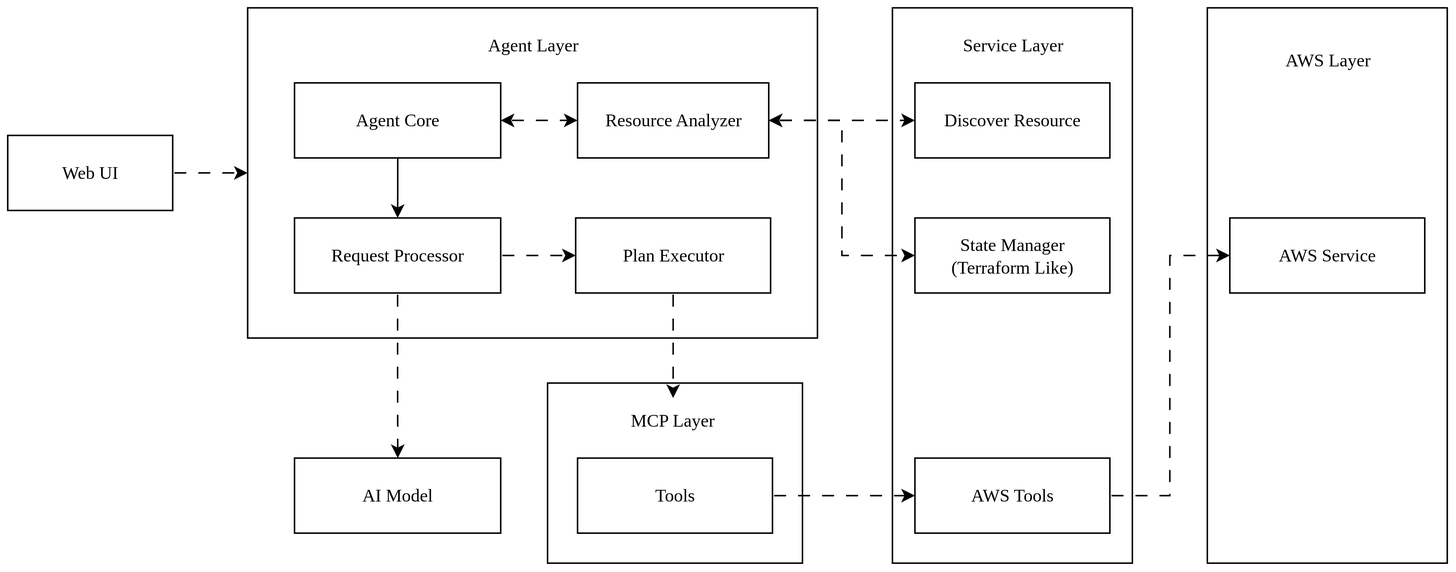
The draw.io diagram docs/images/core-components.svg in VersusControl/ai-infrastructure-agent, before a commit. Source tidied: cells renumbered, new cells last; positions are measured from the earlier drawing's top-left corner, leaving out a move shared by most shapes. Its diagram source:
```xml
<mxGraphModel>
  <root>
    <mxCell id="0" />
    <mxCell id="1" parent="0" />
    <mxCell id="2" style="rounded=0;whiteSpace=wrap;html=1;labelBackgroundColor=none;" parent="1" vertex="1">
      <mxGeometry x="800" width="160" height="370" as="geometry" />
    </mxCell>
    <mxCell id="3" style="rounded=0;whiteSpace=wrap;html=1;labelBackgroundColor=none;" parent="1" vertex="1">
      <mxGeometry x="590" width="160" height="370" as="geometry" />
    </mxCell>
    <mxCell id="4" style="rounded=0;whiteSpace=wrap;html=1;fontFamily=Comic Sans MS;labelBackgroundColor=none;" parent="1" vertex="1">
      <mxGeometry x="360" y="250" width="170" height="120" as="geometry" />
    </mxCell>
    <mxCell id="5" style="edgeStyle=orthogonalEdgeStyle;rounded=0;jettySize=auto;html=1;entryX=0;entryY=0.5;entryDx=0;entryDy=0;fontColor=default;flowAnimation=1;labelBackgroundColor=none;" parent="1" edge="1" source="6" target="7">
      <mxGeometry relative="1" as="geometry" />
    </mxCell>
    <mxCell id="6" value="Web UI" style="rounded=0;whiteSpace=wrap;html=1;fontFamily=Comic Sans MS;labelBackgroundColor=none;" parent="1" vertex="1">
      <mxGeometry y="85" width="110" height="50" as="geometry" />
    </mxCell>
    <mxCell id="7" style="rounded=0;whiteSpace=wrap;html=1;labelBackgroundColor=none;" parent="1" vertex="1">
      <mxGeometry x="160" width="380" height="220" as="geometry" />
    </mxCell>
    <mxCell id="8" value="Agent Layer" style="text;html=1;align=center;verticalAlign=middle;whiteSpace=wrap;rounded=0;fontFamily=Comic Sans MS;labelBackgroundColor=none;" parent="1" vertex="1">
      <mxGeometry x="307.5" y="10" width="85" height="30" as="geometry" />
    </mxCell>
    <mxCell id="9" style="edgeStyle=orthogonalEdgeStyle;rounded=0;jettySize=auto;html=1;entryX=0.5;entryY=0;entryDx=0;entryDy=0;labelBackgroundColor=none;fontColor=default;" parent="1" edge="1" source="11" target="14">
      <mxGeometry relative="1" as="geometry" />
    </mxCell>
    <mxCell id="10" style="edgeStyle=orthogonalEdgeStyle;rounded=0;jettySize=auto;html=1;startArrow=classic;startFill=1;flowAnimation=1;labelBackgroundColor=none;fontColor=default;" parent="1" edge="1" source="11" target="19">
      <mxGeometry relative="1" as="geometry" />
    </mxCell>
    <mxCell id="11" value="Agent Core" style="rounded=0;whiteSpace=wrap;html=1;fontFamily=Comic Sans MS;labelBackgroundColor=none;" parent="1" vertex="1">
      <mxGeometry x="191.2" y="50" width="137.5" height="50" as="geometry" />
    </mxCell>
    <mxCell id="12" style="edgeStyle=orthogonalEdgeStyle;rounded=0;jettySize=auto;html=1;flowAnimation=1;labelBackgroundColor=none;fontColor=default;" parent="1" edge="1" source="14" target="16">
      <mxGeometry relative="1" as="geometry" />
    </mxCell>
    <mxCell id="13" style="edgeStyle=orthogonalEdgeStyle;rounded=0;jettySize=auto;html=1;exitX=0.5;exitY=1;exitDx=0;exitDy=0;flowAnimation=1;labelBackgroundColor=none;fontColor=default;" parent="1" edge="1" source="14" target="20">
      <mxGeometry relative="1" as="geometry" />
    </mxCell>
    <mxCell id="14" value="Request Processor" style="rounded=0;whiteSpace=wrap;html=1;fontFamily=Comic Sans MS;labelBackgroundColor=none;" parent="1" vertex="1">
      <mxGeometry x="191.2" y="140" width="137.5" height="50" as="geometry" />
    </mxCell>
    <mxCell id="15" style="edgeStyle=orthogonalEdgeStyle;rounded=0;jettySize=auto;html=1;flowAnimation=1;labelBackgroundColor=none;fontColor=default;" parent="1" edge="1" source="16" target="23">
      <mxGeometry relative="1" as="geometry" />
    </mxCell>
    <mxCell id="16" value="Plan Executor" style="rounded=0;whiteSpace=wrap;html=1;fontFamily=Comic Sans MS;labelBackgroundColor=none;" parent="1" vertex="1">
      <mxGeometry x="378.8" y="140" width="130" height="50" as="geometry" />
    </mxCell>
    <mxCell id="17" style="edgeStyle=orthogonalEdgeStyle;rounded=0;jettySize=auto;html=1;entryX=0;entryY=0.5;entryDx=0;entryDy=0;startArrow=classic;startFill=1;flowAnimation=1;labelBackgroundColor=none;fontColor=default;" parent="1" edge="1" source="19" target="25">
      <mxGeometry relative="1" as="geometry" />
    </mxCell>
    <mxCell id="18" style="edgeStyle=orthogonalEdgeStyle;rounded=0;jettySize=auto;html=1;entryX=0;entryY=0.5;entryDx=0;entryDy=0;startArrow=classic;startFill=1;flowAnimation=1;labelBackgroundColor=none;fontColor=default;" parent="1" edge="1" source="19" target="26">
      <mxGeometry relative="1" as="geometry" />
    </mxCell>
    <mxCell id="19" value="Resource Analyzer" style="rounded=0;whiteSpace=wrap;html=1;fontFamily=Comic Sans MS;labelBackgroundColor=none;" parent="1" vertex="1">
      <mxGeometry x="380" y="50" width="127.5" height="50" as="geometry" />
    </mxCell>
    <mxCell id="20" value="AI Model" style="rounded=0;whiteSpace=wrap;html=1;fontFamily=Comic Sans MS;labelBackgroundColor=none;" parent="1" vertex="1">
      <mxGeometry x="191.2" y="300" width="137.5" height="50" as="geometry" />
    </mxCell>
    <mxCell id="21" style="edgeStyle=orthogonalEdgeStyle;rounded=0;jettySize=auto;html=1;exitX=1;exitY=0.5;exitDx=0;exitDy=0;entryX=0;entryY=0.5;entryDx=0;entryDy=0;flowAnimation=1;labelBackgroundColor=none;fontColor=default;" parent="1" edge="1" source="22" target="28">
      <mxGeometry relative="1" as="geometry" />
    </mxCell>
    <mxCell id="22" value="Tools" style="rounded=0;whiteSpace=wrap;html=1;fontFamily=Comic Sans MS;labelBackgroundColor=none;" parent="1" vertex="1">
      <mxGeometry x="380" y="300" width="130" height="50" as="geometry" />
    </mxCell>
    <mxCell id="23" value="MCP Layer" style="text;html=1;align=center;verticalAlign=middle;whiteSpace=wrap;rounded=0;fontFamily=Comic Sans MS;labelBackgroundColor=none;" parent="1" vertex="1">
      <mxGeometry x="401.2" y="260" width="85" height="30" as="geometry" />
    </mxCell>
    <mxCell id="24" value="Service Layer" style="text;html=1;align=center;verticalAlign=middle;whiteSpace=wrap;rounded=0;fontFamily=Comic Sans MS;labelBackgroundColor=none;" parent="1" vertex="1">
      <mxGeometry x="617.5" y="10" width="105" height="30" as="geometry" />
    </mxCell>
    <mxCell id="25" value="Discover Resource" style="rounded=0;whiteSpace=wrap;html=1;fontFamily=Comic Sans MS;labelBackgroundColor=none;" parent="1" vertex="1">
      <mxGeometry x="605" y="50" width="130" height="50" as="geometry" />
    </mxCell>
    <mxCell id="26" value="State Manager&lt;div&gt;(Terraform Like)&lt;/div&gt;" style="rounded=0;whiteSpace=wrap;html=1;fontFamily=Comic Sans MS;labelBackgroundColor=none;" parent="1" vertex="1">
      <mxGeometry x="605" y="140" width="130" height="50" as="geometry" />
    </mxCell>
    <mxCell id="27" style="edgeStyle=orthogonalEdgeStyle;rounded=0;jettySize=auto;html=1;entryX=0;entryY=0.5;entryDx=0;entryDy=0;flowAnimation=1;labelBackgroundColor=none;fontColor=default;" parent="1" edge="1" source="28" target="30">
      <mxGeometry relative="1" as="geometry" />
    </mxCell>
    <mxCell id="28" value="AWS Tools" style="rounded=0;whiteSpace=wrap;html=1;fontFamily=Comic Sans MS;labelBackgroundColor=none;" parent="1" vertex="1">
      <mxGeometry x="605" y="300" width="130" height="50" as="geometry" />
    </mxCell>
    <mxCell id="29" value="AWS Layer" style="text;html=1;align=center;verticalAlign=middle;whiteSpace=wrap;rounded=0;fontFamily=Comic Sans MS;labelBackgroundColor=none;" parent="1" vertex="1">
      <mxGeometry x="827.5" y="20" width="105" height="30" as="geometry" />
    </mxCell>
    <mxCell id="30" value="AWS Service" style="rounded=0;whiteSpace=wrap;html=1;fontFamily=Comic Sans MS;labelBackgroundColor=none;" parent="1" vertex="1">
      <mxGeometry x="815" y="140" width="130" height="50" as="geometry" />
    </mxCell>
  </root>
</mxGraphModel>
```
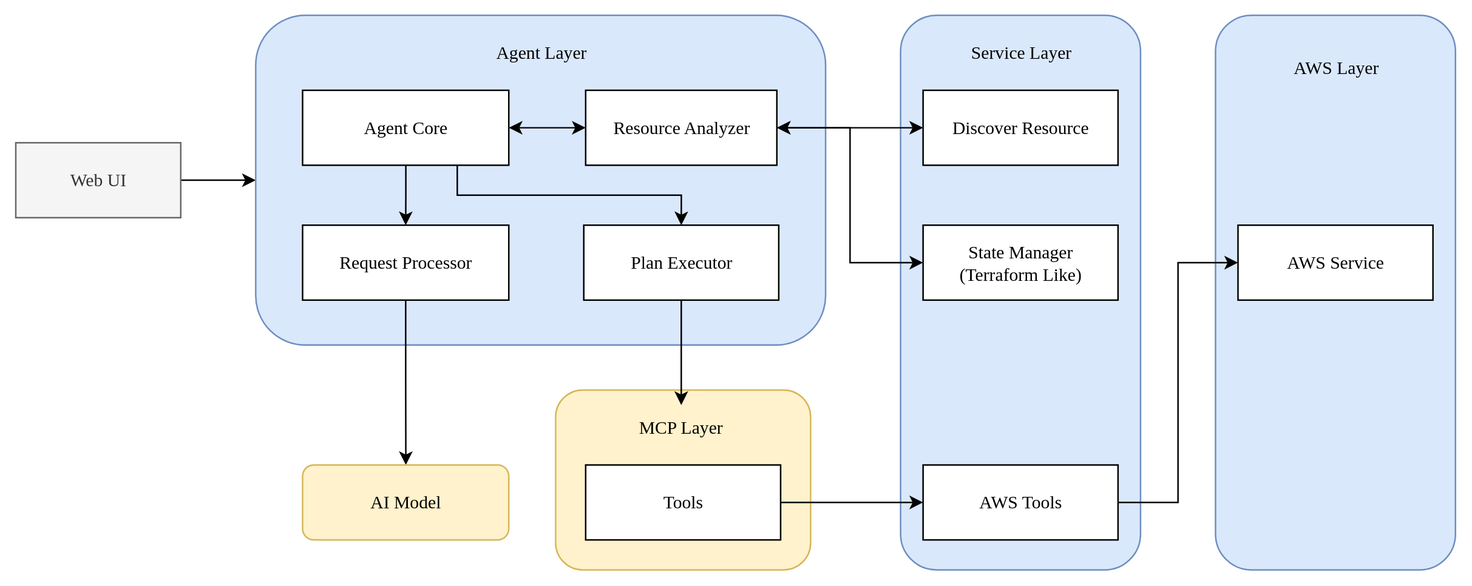
The same file after the commit.

Commit message:
(docs): update core components svg

Change to the diagram source:
```diff
@@ -2,22 +2,22 @@
   <root>
     <mxCell id="0" />
     <mxCell id="1" parent="0" />
-    <mxCell id="2" style="rounded=0;whiteSpace=wrap;html=1;labelBackgroundColor=none;" parent="1" vertex="1">
+    <mxCell id="2" style="rounded=1;whiteSpace=wrap;html=1;labelBackgroundColor=none;fillColor=#dae8fc;strokeColor=#6c8ebf;" parent="1" vertex="1">
       <mxGeometry x="800" width="160" height="370" as="geometry" />
     </mxCell>
-    <mxCell id="3" style="rounded=0;whiteSpace=wrap;html=1;labelBackgroundColor=none;" parent="1" vertex="1">
+    <mxCell id="3" style="rounded=1;whiteSpace=wrap;html=1;labelBackgroundColor=none;fillColor=#dae8fc;strokeColor=#6c8ebf;" parent="1" vertex="1">
       <mxGeometry x="590" width="160" height="370" as="geometry" />
     </mxCell>
-    <mxCell id="4" style="rounded=0;whiteSpace=wrap;html=1;fontFamily=Comic Sans MS;labelBackgroundColor=none;" parent="1" vertex="1">
+    <mxCell id="4" style="rounded=1;whiteSpace=wrap;html=1;fontFamily=Comic Sans MS;labelBackgroundColor=none;fillColor=#fff2cc;strokeColor=#d6b656;" parent="1" vertex="1">
       <mxGeometry x="360" y="250" width="170" height="120" as="geometry" />
     </mxCell>
-    <mxCell id="5" style="edgeStyle=orthogonalEdgeStyle;rounded=0;jettySize=auto;html=1;entryX=0;entryY=0.5;entryDx=0;entryDy=0;fontColor=default;flowAnimation=1;labelBackgroundColor=none;" parent="1" edge="1" source="6" target="7">
+    <mxCell id="5" style="edgeStyle=orthogonalEdgeStyle;rounded=0;jettySize=auto;html=1;entryX=0;entryY=0.5;entryDx=0;entryDy=0;fontColor=default;flowAnimation=0;labelBackgroundColor=none;" parent="1" edge="1" source="6" target="7">
       <mxGeometry relative="1" as="geometry" />
     </mxCell>
-    <mxCell id="6" value="Web UI" style="rounded=0;whiteSpace=wrap;html=1;fontFamily=Comic Sans MS;labelBackgroundColor=none;" parent="1" vertex="1">
+    <mxCell id="6" value="Web UI" style="rounded=0;whiteSpace=wrap;html=1;fontFamily=Comic Sans MS;labelBackgroundColor=none;fillColor=#f5f5f5;fontColor=#333333;strokeColor=#666666;" parent="1" vertex="1">
       <mxGeometry y="85" width="110" height="50" as="geometry" />
     </mxCell>
-    <mxCell id="7" style="rounded=0;whiteSpace=wrap;html=1;labelBackgroundColor=none;" parent="1" vertex="1">
+    <mxCell id="7" style="rounded=1;whiteSpace=wrap;html=1;labelBackgroundColor=none;fillColor=#dae8fc;strokeColor=#6c8ebf;" parent="1" vertex="1">
       <mxGeometry x="160" width="380" height="220" as="geometry" />
     </mxCell>
     <mxCell id="8" value="Agent Layer" style="text;html=1;align=center;verticalAlign=middle;whiteSpace=wrap;rounded=0;fontFamily=Comic Sans MS;labelBackgroundColor=none;" parent="1" vertex="1">
@@ -26,40 +26,40 @@
     <mxCell id="9" style="edgeStyle=orthogonalEdgeStyle;rounded=0;jettySize=auto;html=1;entryX=0.5;entryY=0;entryDx=0;entryDy=0;labelBackgroundColor=none;fontColor=default;" parent="1" edge="1" source="11" target="14">
       <mxGeometry relative="1" as="geometry" />
     </mxCell>
-    <mxCell id="10" style="edgeStyle=orthogonalEdgeStyle;rounded=0;jettySize=auto;html=1;startArrow=classic;startFill=1;flowAnimation=1;labelBackgroundColor=none;fontColor=default;" parent="1" edge="1" source="11" target="19">
+    <mxCell id="10" style="edgeStyle=orthogonalEdgeStyle;rounded=0;jettySize=auto;html=1;startArrow=classic;startFill=1;flowAnimation=0;labelBackgroundColor=none;fontColor=default;" parent="1" edge="1" source="11" target="19">
       <mxGeometry relative="1" as="geometry" />
     </mxCell>
+    <mxCell id="31" style="edgeStyle=orthogonalEdgeStyle;rounded=0;jettySize=auto;html=1;exitX=0.75;exitY=1;exitDx=0;exitDy=0;entryX=0.5;entryY=0;entryDx=0;entryDy=0;" parent="1" edge="1" source="11" target="16">
+      <mxGeometry relative="1" as="geometry" />
+    </mxCell>
     <mxCell id="11" value="Agent Core" style="rounded=0;whiteSpace=wrap;html=1;fontFamily=Comic Sans MS;labelBackgroundColor=none;" parent="1" vertex="1">
       <mxGeometry x="191.2" y="50" width="137.5" height="50" as="geometry" />
     </mxCell>
-    <mxCell id="12" style="edgeStyle=orthogonalEdgeStyle;rounded=0;jettySize=auto;html=1;flowAnimation=1;labelBackgroundColor=none;fontColor=default;" parent="1" edge="1" source="14" target="16">
-      <mxGeometry relative="1" as="geometry" />
-    </mxCell>
-    <mxCell id="13" style="edgeStyle=orthogonalEdgeStyle;rounded=0;jettySize=auto;html=1;exitX=0.5;exitY=1;exitDx=0;exitDy=0;flowAnimation=1;labelBackgroundColor=none;fontColor=default;" parent="1" edge="1" source="14" target="20">
+    <mxCell id="13" style="edgeStyle=orthogonalEdgeStyle;rounded=0;jettySize=auto;html=1;exitX=0.5;exitY=1;exitDx=0;exitDy=0;flowAnimation=0;labelBackgroundColor=none;fontColor=default;" parent="1" edge="1" source="14" target="20">
       <mxGeometry relative="1" as="geometry" />
     </mxCell>
     <mxCell id="14" value="Request Processor" style="rounded=0;whiteSpace=wrap;html=1;fontFamily=Comic Sans MS;labelBackgroundColor=none;" parent="1" vertex="1">
       <mxGeometry x="191.2" y="140" width="137.5" height="50" as="geometry" />
     </mxCell>
-    <mxCell id="15" style="edgeStyle=orthogonalEdgeStyle;rounded=0;jettySize=auto;html=1;flowAnimation=1;labelBackgroundColor=none;fontColor=default;" parent="1" edge="1" source="16" target="23">
+    <mxCell id="15" style="edgeStyle=orthogonalEdgeStyle;rounded=0;jettySize=auto;html=1;flowAnimation=0;labelBackgroundColor=none;fontColor=default;" parent="1" edge="1" source="16" target="23">
       <mxGeometry relative="1" as="geometry" />
     </mxCell>
     <mxCell id="16" value="Plan Executor" style="rounded=0;whiteSpace=wrap;html=1;fontFamily=Comic Sans MS;labelBackgroundColor=none;" parent="1" vertex="1">
       <mxGeometry x="378.8" y="140" width="130" height="50" as="geometry" />
     </mxCell>
-    <mxCell id="17" style="edgeStyle=orthogonalEdgeStyle;rounded=0;jettySize=auto;html=1;entryX=0;entryY=0.5;entryDx=0;entryDy=0;startArrow=classic;startFill=1;flowAnimation=1;labelBackgroundColor=none;fontColor=default;" parent="1" edge="1" source="19" target="25">
+    <mxCell id="17" style="edgeStyle=orthogonalEdgeStyle;rounded=0;jettySize=auto;html=1;entryX=0;entryY=0.5;entryDx=0;entryDy=0;startArrow=classic;startFill=1;flowAnimation=0;labelBackgroundColor=none;fontColor=default;" parent="1" edge="1" source="19" target="25">
       <mxGeometry relative="1" as="geometry" />
     </mxCell>
-    <mxCell id="18" style="edgeStyle=orthogonalEdgeStyle;rounded=0;jettySize=auto;html=1;entryX=0;entryY=0.5;entryDx=0;entryDy=0;startArrow=classic;startFill=1;flowAnimation=1;labelBackgroundColor=none;fontColor=default;" parent="1" edge="1" source="19" target="26">
+    <mxCell id="18" style="edgeStyle=orthogonalEdgeStyle;rounded=0;jettySize=auto;html=1;entryX=0;entryY=0.5;entryDx=0;entryDy=0;startArrow=classic;startFill=1;flowAnimation=0;labelBackgroundColor=none;fontColor=default;" parent="1" edge="1" source="19" target="26">
       <mxGeometry relative="1" as="geometry" />
     </mxCell>
     <mxCell id="19" value="Resource Analyzer" style="rounded=0;whiteSpace=wrap;html=1;fontFamily=Comic Sans MS;labelBackgroundColor=none;" parent="1" vertex="1">
       <mxGeometry x="380" y="50" width="127.5" height="50" as="geometry" />
     </mxCell>
-    <mxCell id="20" value="AI Model" style="rounded=0;whiteSpace=wrap;html=1;fontFamily=Comic Sans MS;labelBackgroundColor=none;" parent="1" vertex="1">
+    <mxCell id="20" value="AI Model" style="rounded=1;whiteSpace=wrap;html=1;fontFamily=Comic Sans MS;labelBackgroundColor=none;fillColor=#fff2cc;strokeColor=#d6b656;" parent="1" vertex="1">
       <mxGeometry x="191.2" y="300" width="137.5" height="50" as="geometry" />
     </mxCell>
-    <mxCell id="21" style="edgeStyle=orthogonalEdgeStyle;rounded=0;jettySize=auto;html=1;exitX=1;exitY=0.5;exitDx=0;exitDy=0;entryX=0;entryY=0.5;entryDx=0;entryDy=0;flowAnimation=1;labelBackgroundColor=none;fontColor=default;" parent="1" edge="1" source="22" target="28">
+    <mxCell id="21" style="edgeStyle=orthogonalEdgeStyle;rounded=0;jettySize=auto;html=1;exitX=1;exitY=0.5;exitDx=0;exitDy=0;entryX=0;entryY=0.5;entryDx=0;entryDy=0;flowAnimation=0;labelBackgroundColor=none;fontColor=default;" parent="1" edge="1" source="22" target="28">
       <mxGeometry relative="1" as="geometry" />
     </mxCell>
     <mxCell id="22" value="Tools" style="rounded=0;whiteSpace=wrap;html=1;fontFamily=Comic Sans MS;labelBackgroundColor=none;" parent="1" vertex="1">
@@ -77,7 +77,7 @@
     <mxCell id="26" value="State Manager&lt;div&gt;(Terraform Like)&lt;/div&gt;" style="rounded=0;whiteSpace=wrap;html=1;fontFamily=Comic Sans MS;labelBackgroundColor=none;" parent="1" vertex="1">
       <mxGeometry x="605" y="140" width="130" height="50" as="geometry" />
     </mxCell>
-    <mxCell id="27" style="edgeStyle=orthogonalEdgeStyle;rounded=0;jettySize=auto;html=1;entryX=0;entryY=0.5;entryDx=0;entryDy=0;flowAnimation=1;labelBackgroundColor=none;fontColor=default;" parent="1" edge="1" source="28" target="30">
+    <mxCell id="27" style="edgeStyle=orthogonalEdgeStyle;rounded=0;jettySize=auto;html=1;entryX=0;entryY=0.5;entryDx=0;entryDy=0;flowAnimation=0;labelBackgroundColor=none;fontColor=default;" parent="1" edge="1" source="28" target="30">
       <mxGeometry relative="1" as="geometry" />
     </mxCell>
     <mxCell id="28" value="AWS Tools" style="rounded=0;whiteSpace=wrap;html=1;fontFamily=Comic Sans MS;labelBackgroundColor=none;" parent="1" vertex="1">
```
